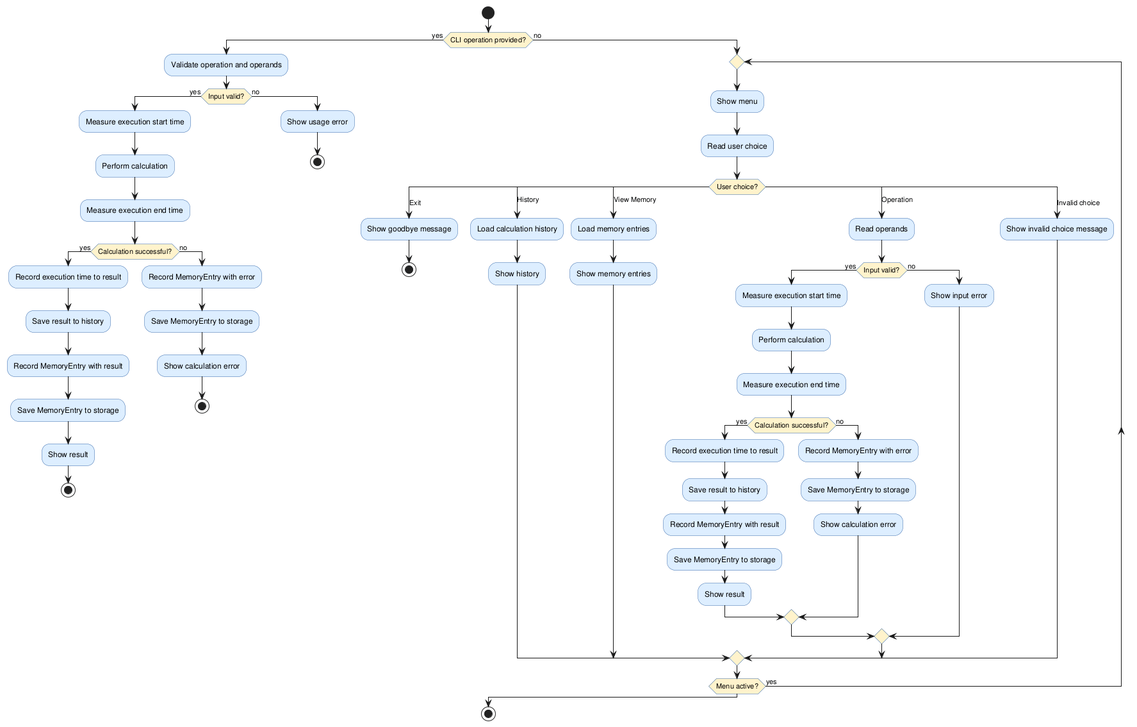
Before: experiments/supervisor_as_tools/user_stories/calculator/artifacts/activity_diagram.png, a diagram exported from PlantUML (DanielRiha8906/Software_autoevolution_using_agents).
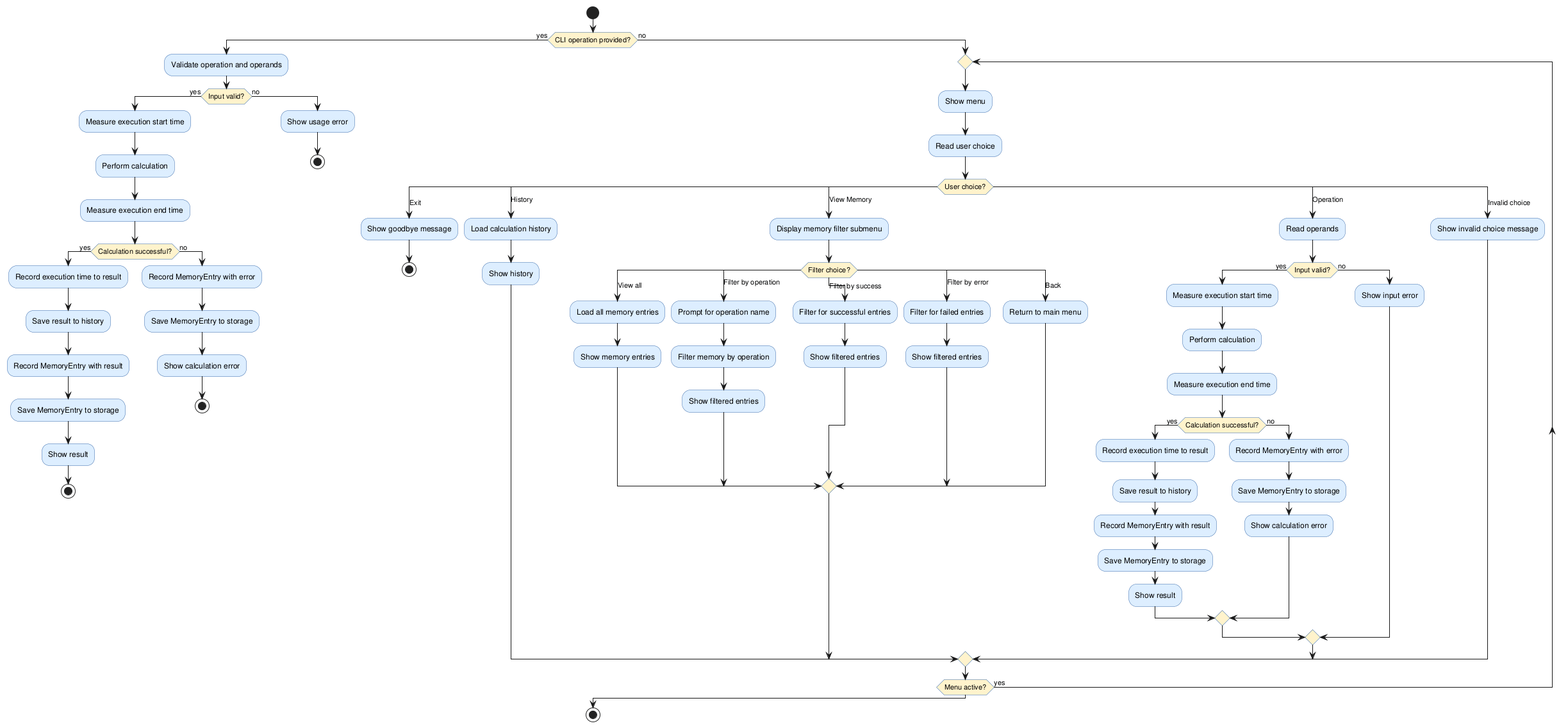
Later version of the same file.

Change to the diagram source:
```diff
@@ -51,8 +51,25 @@
         :Show history;
 
       case (View Memory)
-        :Load memory entries;
-        :Show memory entries;
+        :Display memory filter submenu;
+
+        switch (Filter choice?)
+          case (View all)
+            :Load all memory entries;
+            :Show memory entries;
+          case (Filter by operation)
+            :Prompt for operation name;
+            :Filter memory by operation;
+            :Show filtered entries;
+          case (Filter by success)
+            :Filter for successful entries;
+            :Show filtered entries;
+          case (Filter by error)
+            :Filter for failed entries;
+            :Show filtered entries;
+          case (Back)
+            :Return to main menu;
+        endswitch
 
       case (Operation)
         :Read operands;
```
